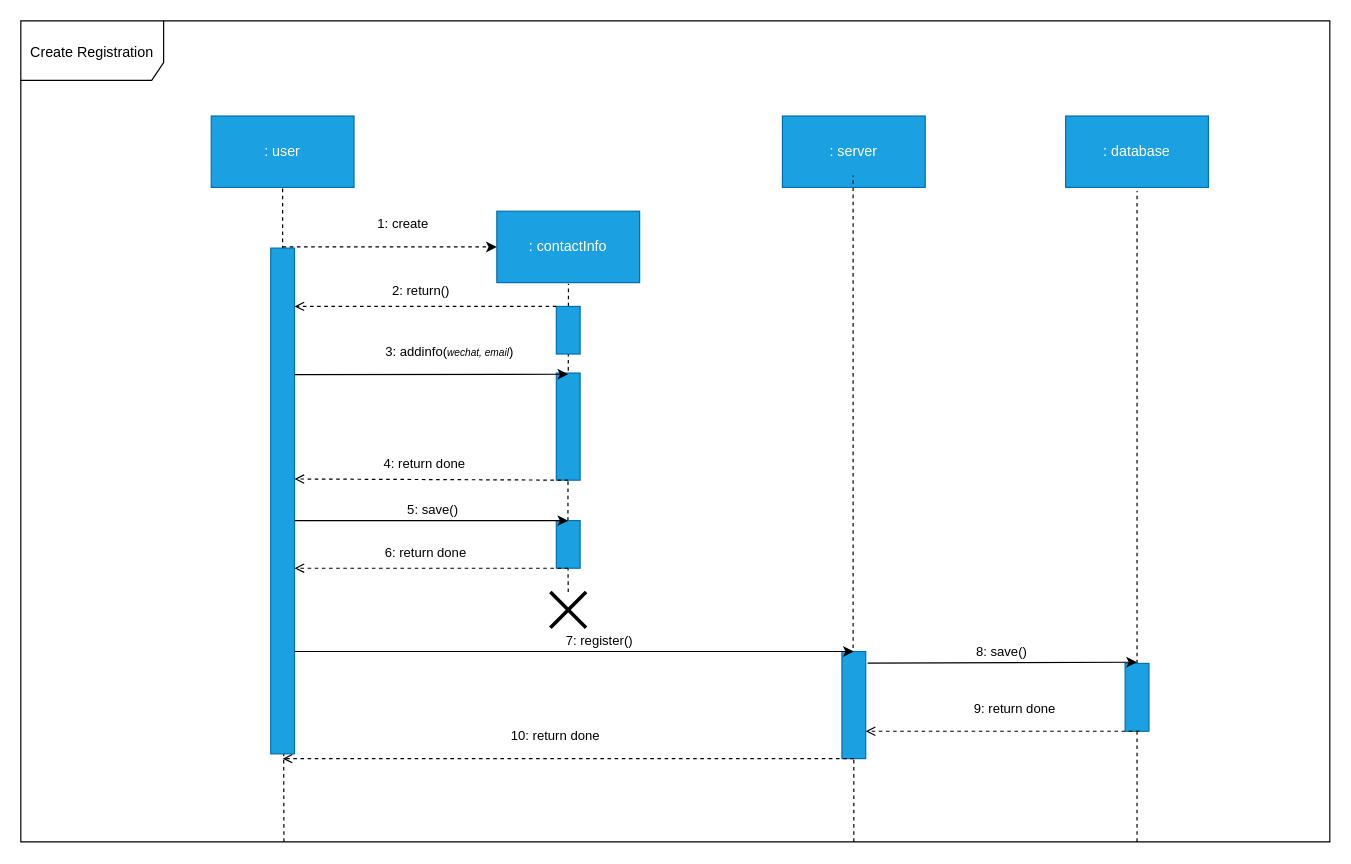
Earlier version of the draw.io diagram Documentation/Interaction Diagram/Create Registration.drawio (Darrenchenn/Model-based-software-design). Source tidied: cells renumbered, new cells numbered last; positions are measured from the earlier drawing's top-left corner, leaving out a move shared by most shapes. Both pictures are drawn from the tidied source at 119%, with x=0, y=0 at pixel (20, 20).
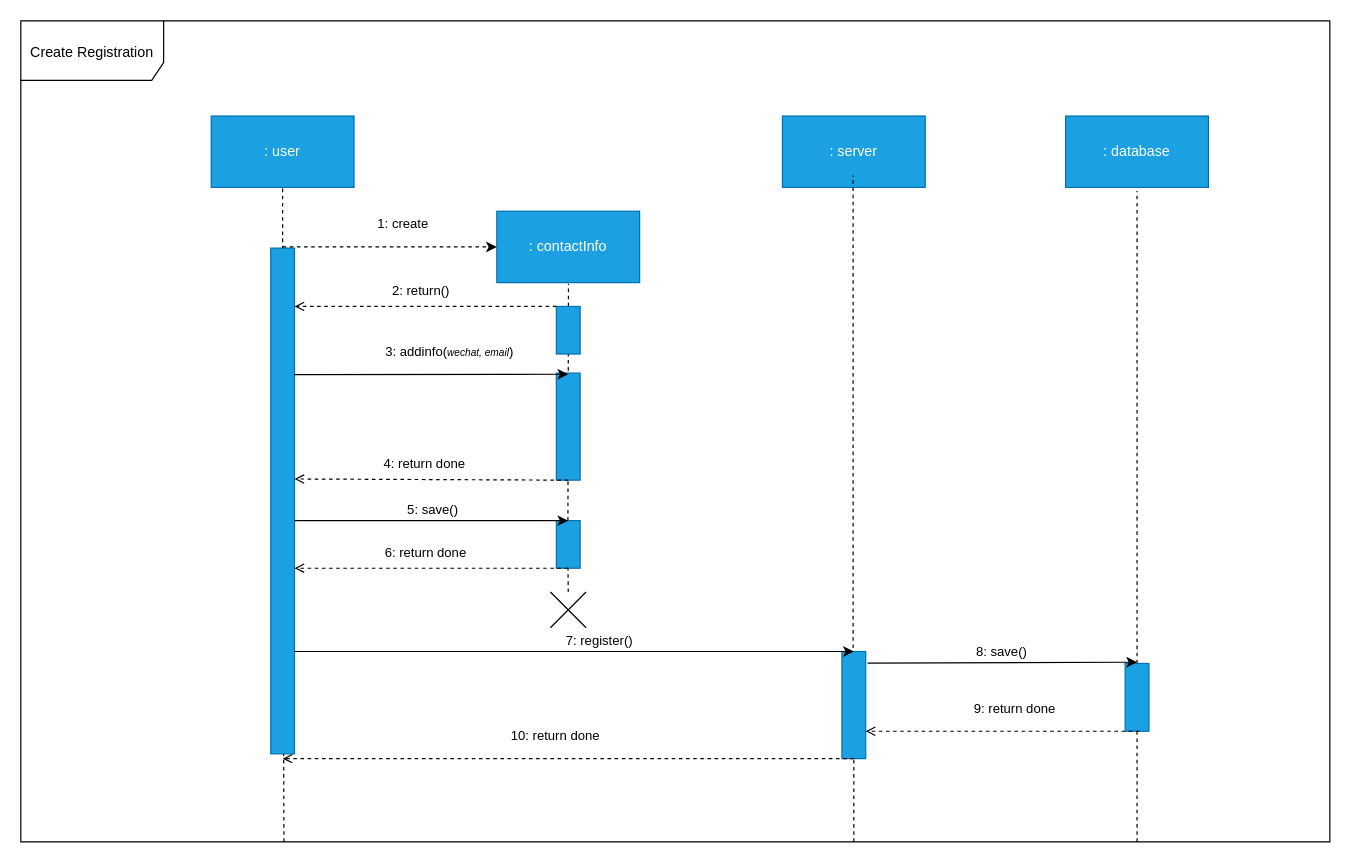
After the change.

Change to the diagram source:
```diff
@@
-    <mxCell id="12" style="shape=umlDestroy;whiteSpace=wrap;html=1;strokeWidth=3;targetShapes=umlLifeline;" parent="1" vertex="1">
+    <mxCell id="12" style="shape=umlDestroy;whiteSpace=wrap;html=1;strokeWidth=1;targetShapes=umlLifeline;" parent="1" vertex="1">
       <mxGeometry x="445" y="480" width="30" height="30" as="geometry" />
     </mxCell>
```
